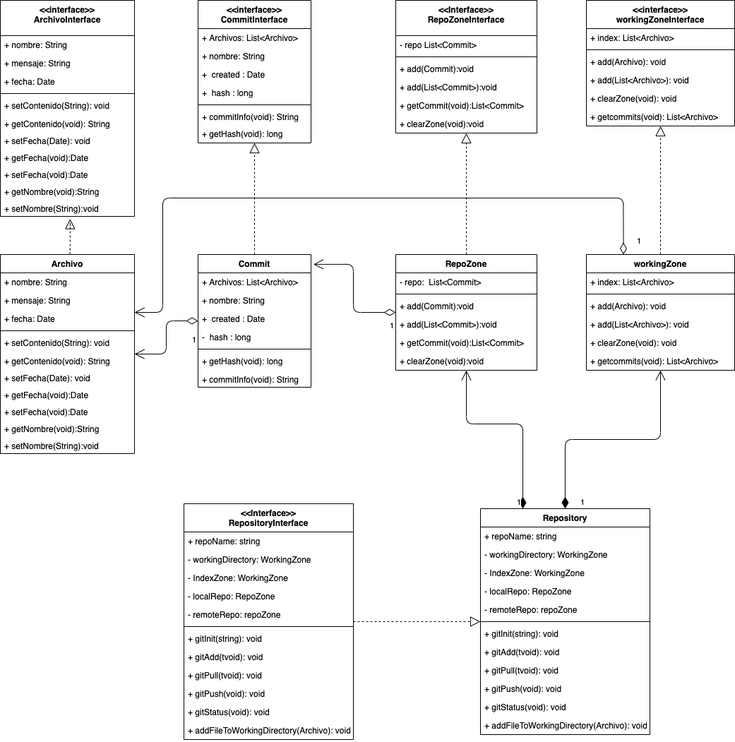
The draw.io diagram umlsolucion.png in RodrigoMardones/laboratorio3, before a commit. Source tidied: cells renumbered, new cells last; positions are measured from the earlier drawing's top-left corner, leaving out a move shared by most shapes.
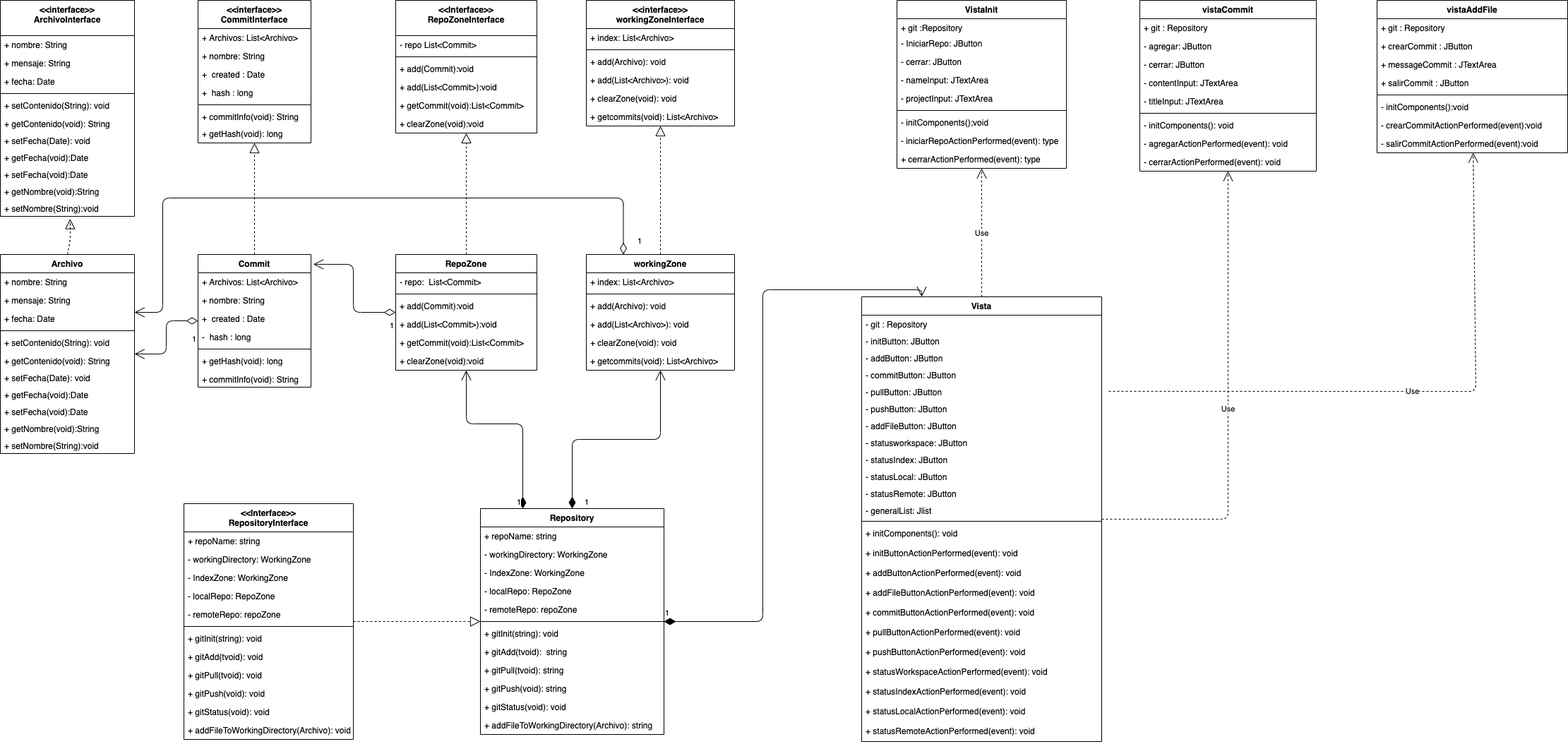
After the change.

Change to the diagram source:
```diff
@@ -224,43 +224,43 @@
       <mxGeometry y="152" width="210" height="26" as="geometry" />
     </mxCell>
     <mxCell id="74" value="Repository" style="swimlane;fontStyle=1;align=center;verticalAlign=top;horizontal=1;startSize=26;" parent="1" vertex="1">
-      <mxGeometry x="680" y="720" width="240" height="320" as="geometry" />
+      <mxGeometry x="680" y="720" width="260" height="320" as="geometry" />
     </mxCell>
     <mxCell id="75" value="+ repoName: string" style="text;strokeColor=none;fillColor=none;align=left;verticalAlign=top;spacingLeft=4;spacingRight=4;overflow=hidden;" parent="74" vertex="1">
-      <mxGeometry y="26" width="240" height="26" as="geometry" />
+      <mxGeometry y="26" width="260" height="26" as="geometry" />
     </mxCell>
     <mxCell id="76" value="- workingDirectory: WorkingZone&#10;" style="text;strokeColor=none;fillColor=none;align=left;verticalAlign=top;spacingLeft=4;spacingRight=4;overflow=hidden;" parent="74" vertex="1">
-      <mxGeometry y="52" width="240" height="26" as="geometry" />
+      <mxGeometry y="52" width="260" height="26" as="geometry" />
     </mxCell>
     <mxCell id="77" value="- IndexZone: WorkingZone" style="text;strokeColor=none;fillColor=none;align=left;verticalAlign=top;spacingLeft=4;spacingRight=4;overflow=hidden;" parent="74" vertex="1">
-      <mxGeometry y="78" width="240" height="26" as="geometry" />
+      <mxGeometry y="78" width="260" height="26" as="geometry" />
     </mxCell>
     <mxCell id="78" value="- localRepo: RepoZone&#10;" style="text;strokeColor=none;fillColor=none;align=left;verticalAlign=top;spacingLeft=4;spacingRight=4;overflow=hidden;" parent="74" vertex="1">
-      <mxGeometry y="104" width="240" height="26" as="geometry" />
+      <mxGeometry y="104" width="260" height="26" as="geometry" />
     </mxCell>
     <mxCell id="79" value="- remoteRepo: repoZone" style="text;strokeColor=none;fillColor=none;align=left;verticalAlign=top;spacingLeft=4;spacingRight=4;overflow=hidden;" parent="74" vertex="1">
-      <mxGeometry y="130" width="240" height="26" as="geometry" />
+      <mxGeometry y="130" width="260" height="26" as="geometry" />
     </mxCell>
     <mxCell id="80" style="line;strokeWidth=1;fillColor=none;align=left;verticalAlign=middle;spacingTop=-1;spacingLeft=3;spacingRight=3;labelPosition=right;" parent="74" vertex="1">
-      <mxGeometry y="156" width="240" height="8" as="geometry" />
+      <mxGeometry y="156" width="260" height="8" as="geometry" />
     </mxCell>
     <mxCell id="81" value="+ gitInit(string): void" style="text;strokeColor=none;fillColor=none;align=left;verticalAlign=top;spacingLeft=4;spacingRight=4;overflow=hidden;" parent="74" vertex="1">
-      <mxGeometry y="164" width="240" height="26" as="geometry" />
+      <mxGeometry y="164" width="260" height="26" as="geometry" />
     </mxCell>
-    <mxCell id="82" value="+ gitAdd(tvoid): void" style="text;strokeColor=none;fillColor=none;align=left;verticalAlign=top;spacingLeft=4;spacingRight=4;overflow=hidden;" parent="74" vertex="1">
-      <mxGeometry y="190" width="240" height="26" as="geometry" />
+    <mxCell id="82" value="+ gitAdd(tvoid):  string" style="text;strokeColor=none;fillColor=none;align=left;verticalAlign=top;spacingLeft=4;spacingRight=4;overflow=hidden;" parent="74" vertex="1">
+      <mxGeometry y="190" width="260" height="26" as="geometry" />
     </mxCell>
-    <mxCell id="83" value="+ gitPull(tvoid): void" style="text;strokeColor=none;fillColor=none;align=left;verticalAlign=top;spacingLeft=4;spacingRight=4;overflow=hidden;" parent="74" vertex="1">
-      <mxGeometry y="216" width="240" height="26" as="geometry" />
+    <mxCell id="83" value="+ gitPull(tvoid): string" style="text;strokeColor=none;fillColor=none;align=left;verticalAlign=top;spacingLeft=4;spacingRight=4;overflow=hidden;" parent="74" vertex="1">
+      <mxGeometry y="216" width="260" height="26" as="geometry" />
     </mxCell>
-    <mxCell id="84" value="+ gitPush(void): void" style="text;strokeColor=none;fillColor=none;align=left;verticalAlign=top;spacingLeft=4;spacingRight=4;overflow=hidden;" parent="74" vertex="1">
-      <mxGeometry y="242" width="240" height="26" as="geometry" />
+    <mxCell id="84" value="+ gitPush(void): string" style="text;strokeColor=none;fillColor=none;align=left;verticalAlign=top;spacingLeft=4;spacingRight=4;overflow=hidden;" parent="74" vertex="1">
+      <mxGeometry y="242" width="260" height="26" as="geometry" />
     </mxCell>
     <mxCell id="85" value="+ gitStatus(void): void" style="text;strokeColor=none;fillColor=none;align=left;verticalAlign=top;spacingLeft=4;spacingRight=4;overflow=hidden;" parent="74" vertex="1">
-      <mxGeometry y="268" width="240" height="26" as="geometry" />
+      <mxGeometry y="268" width="260" height="26" as="geometry" />
     </mxCell>
-    <mxCell id="86" value="+ addFileToWorkingDirectory(Archivo): void" style="text;strokeColor=none;fillColor=none;align=left;verticalAlign=top;spacingLeft=4;spacingRight=4;overflow=hidden;" parent="74" vertex="1">
-      <mxGeometry y="294" width="240" height="26" as="geometry" />
+    <mxCell id="86" value="+ addFileToWorkingDirectory(Archivo): string" style="text;strokeColor=none;fillColor=none;align=left;verticalAlign=top;spacingLeft=4;spacingRight=4;overflow=hidden;" parent="74" vertex="1">
+      <mxGeometry y="294" width="260" height="26" as="geometry" />
     </mxCell>
     <mxCell id="87" value="&lt;&lt;Interface&gt;&gt;&#10;RepositoryInterface" style="swimlane;fontStyle=1;align=center;verticalAlign=top;horizontal=1;startSize=40;" parent="1" vertex="1">
       <mxGeometry x="260" y="713" width="240" height="334" as="geometry" />
@@ -333,5 +333,188 @@
         </Array>
       </mxGeometry>
     </mxCell>
+    <mxCell id="106" value="Vista" style="swimlane;fontStyle=1;align=center;verticalAlign=top;horizontal=1;startSize=26;" parent="1" vertex="1">
+      <mxGeometry x="1220" y="420" width="340" height="630" as="geometry" />
+    </mxCell>
+    <mxCell id="107" value="- git : Repository" style="text;strokeColor=none;fillColor=none;align=left;verticalAlign=top;spacingLeft=4;spacingRight=4;overflow=hidden;" parent="106" vertex="1">
+      <mxGeometry y="26" width="340" height="24" as="geometry" />
+    </mxCell>
+    <mxCell id="108" value="- initButton: JButton" style="text;strokeColor=none;fillColor=none;align=left;verticalAlign=top;spacingLeft=4;spacingRight=4;overflow=hidden;" parent="106" vertex="1">
+      <mxGeometry y="50" width="340" height="24" as="geometry" />
+    </mxCell>
+    <mxCell id="109" value="- addButton: JButton" style="text;strokeColor=none;fillColor=none;align=left;verticalAlign=top;spacingLeft=4;spacingRight=4;overflow=hidden;" parent="106" vertex="1">
+      <mxGeometry y="74" width="340" height="24" as="geometry" />
+    </mxCell>
+    <mxCell id="110" value="- commitButton: JButton" style="text;strokeColor=none;fillColor=none;align=left;verticalAlign=top;spacingLeft=4;spacingRight=4;overflow=hidden;" parent="106" vertex="1">
+      <mxGeometry y="98" width="340" height="24" as="geometry" />
+    </mxCell>
+    <mxCell id="111" value="- pullButton: JButton" style="text;strokeColor=none;fillColor=none;align=left;verticalAlign=top;spacingLeft=4;spacingRight=4;overflow=hidden;" parent="106" vertex="1">
+      <mxGeometry y="122" width="340" height="24" as="geometry" />
+    </mxCell>
+    <mxCell id="112" value="- pushButton: JButton" style="text;strokeColor=none;fillColor=none;align=left;verticalAlign=top;spacingLeft=4;spacingRight=4;overflow=hidden;" parent="106" vertex="1">
+      <mxGeometry y="146" width="340" height="24" as="geometry" />
+    </mxCell>
+    <mxCell id="113" value="- addFileButton: JButton" style="text;strokeColor=none;fillColor=none;align=left;verticalAlign=top;spacingLeft=4;spacingRight=4;overflow=hidden;" parent="106" vertex="1">
+      <mxGeometry y="170" width="340" height="24" as="geometry" />
+    </mxCell>
+    <mxCell id="114" value="- statusworkspace: JButton" style="text;strokeColor=none;fillColor=none;align=left;verticalAlign=top;spacingLeft=4;spacingRight=4;overflow=hidden;" parent="106" vertex="1">
+      <mxGeometry y="194" width="340" height="24" as="geometry" />
+    </mxCell>
+    <mxCell id="115" value="- statusIndex: JButton" style="text;strokeColor=none;fillColor=none;align=left;verticalAlign=top;spacingLeft=4;spacingRight=4;overflow=hidden;" parent="106" vertex="1">
+      <mxGeometry y="218" width="340" height="24" as="geometry" />
+    </mxCell>
+    <mxCell id="116" value="- statusLocal: JButton" style="text;strokeColor=none;fillColor=none;align=left;verticalAlign=top;spacingLeft=4;spacingRight=4;overflow=hidden;" parent="106" vertex="1">
+      <mxGeometry y="242" width="340" height="24" as="geometry" />
+    </mxCell>
+    <mxCell id="117" value="- statusRemote: JButton" style="text;strokeColor=none;fillColor=none;align=left;verticalAlign=top;spacingLeft=4;spacingRight=4;overflow=hidden;" parent="106" vertex="1">
+      <mxGeometry y="266" width="340" height="24" as="geometry" />
+    </mxCell>
+    <mxCell id="118" value="- generalList: Jlist" style="text;strokeColor=none;fillColor=none;align=left;verticalAlign=top;spacingLeft=4;spacingRight=4;overflow=hidden;" parent="106" vertex="1">
+      <mxGeometry y="290" width="340" height="24" as="geometry" />
+    </mxCell>
+    <mxCell id="119" style="line;strokeWidth=1;fillColor=none;align=left;verticalAlign=middle;spacingTop=-1;spacingLeft=3;spacingRight=3;labelPosition=right;" parent="106" vertex="1">
+      <mxGeometry y="314" width="340" height="8" as="geometry" />
+    </mxCell>
+    <mxCell id="120" value="+ initComponents(): void" style="text;strokeColor=none;fillColor=none;align=left;verticalAlign=top;spacingLeft=4;spacingRight=4;overflow=hidden;" parent="106" vertex="1">
+      <mxGeometry y="322" width="340" height="28" as="geometry" />
+    </mxCell>
+    <mxCell id="121" value="+ initButtonActionPerformed(event): void" style="text;strokeColor=none;fillColor=none;align=left;verticalAlign=top;spacingLeft=4;spacingRight=4;overflow=hidden;" parent="106" vertex="1">
+      <mxGeometry y="350" width="340" height="28" as="geometry" />
+    </mxCell>
+    <mxCell id="122" value="+ addButtonActionPerformed(event): void" style="text;strokeColor=none;fillColor=none;align=left;verticalAlign=top;spacingLeft=4;spacingRight=4;overflow=hidden;" parent="106" vertex="1">
+      <mxGeometry y="378" width="340" height="28" as="geometry" />
+    </mxCell>
+    <mxCell id="123" value="+ addFileButtonActionPerformed(event): void" style="text;strokeColor=none;fillColor=none;align=left;verticalAlign=top;spacingLeft=4;spacingRight=4;overflow=hidden;" parent="106" vertex="1">
+      <mxGeometry y="406" width="340" height="28" as="geometry" />
+    </mxCell>
+    <mxCell id="124" value="+ commitButtonActionPerformed(event): void" style="text;strokeColor=none;fillColor=none;align=left;verticalAlign=top;spacingLeft=4;spacingRight=4;overflow=hidden;" parent="106" vertex="1">
+      <mxGeometry y="434" width="340" height="28" as="geometry" />
+    </mxCell>
+    <mxCell id="125" value="+ pullButtonActionPerformed(event): void" style="text;strokeColor=none;fillColor=none;align=left;verticalAlign=top;spacingLeft=4;spacingRight=4;overflow=hidden;" parent="106" vertex="1">
+      <mxGeometry y="462" width="340" height="28" as="geometry" />
+    </mxCell>
+    <mxCell id="126" value="+ pushButtonActionPerformed(event): void" style="text;strokeColor=none;fillColor=none;align=left;verticalAlign=top;spacingLeft=4;spacingRight=4;overflow=hidden;" parent="106" vertex="1">
+      <mxGeometry y="490" width="340" height="28" as="geometry" />
+    </mxCell>
+    <mxCell id="127" value="+ statusWorkspaceActionPerformed(event): void" style="text;strokeColor=none;fillColor=none;align=left;verticalAlign=top;spacingLeft=4;spacingRight=4;overflow=hidden;" parent="106" vertex="1">
+      <mxGeometry y="518" width="340" height="28" as="geometry" />
+    </mxCell>
+    <mxCell id="128" value="+ statusIndexActionPerformed(event): void" style="text;strokeColor=none;fillColor=none;align=left;verticalAlign=top;spacingLeft=4;spacingRight=4;overflow=hidden;" parent="106" vertex="1">
+      <mxGeometry y="546" width="340" height="28" as="geometry" />
+    </mxCell>
+    <mxCell id="129" value="+ statusLocalActionPerformed(event): void" style="text;strokeColor=none;fillColor=none;align=left;verticalAlign=top;spacingLeft=4;spacingRight=4;overflow=hidden;" parent="106" vertex="1">
+      <mxGeometry y="574" width="340" height="28" as="geometry" />
+    </mxCell>
+    <mxCell id="130" value="+ statusRemoteActionPerformed(event): void" style="text;strokeColor=none;fillColor=none;align=left;verticalAlign=top;spacingLeft=4;spacingRight=4;overflow=hidden;" parent="106" vertex="1">
+      <mxGeometry y="602" width="340" height="28" as="geometry" />
+    </mxCell>
+    <mxCell id="131" value="Use" style="endArrow=open;endSize=12;dashed=1;html=1;" parent="1" edge="1" source="106" target="144">
+      <mxGeometry relative="1" as="geometry">
+        <Array as="points">
+          <mxPoint x="1739" y="735" />
+        </Array>
+      </mxGeometry>
+    </mxCell>
+    <mxCell id="132" value="Use" style="endArrow=open;endSize=12;dashed=1;html=1;" parent="1" edge="1" target="154">
+      <mxGeometry relative="1" as="geometry">
+        <mxPoint x="1570" y="553.9" as="sourcePoint" />
+        <Array as="points">
+          <mxPoint x="2090" y="554" />
+        </Array>
+      </mxGeometry>
+    </mxCell>
+    <mxCell id="133" value="Use" style="endArrow=open;endSize=12;dashed=1;html=1;" parent="1" edge="1" source="106" target="134">
+      <mxGeometry relative="1" as="geometry" />
+    </mxCell>
+    <mxCell id="134" value="VistaInit" style="swimlane;fontStyle=1;align=center;verticalAlign=top;horizontal=1;startSize=26;" parent="1" vertex="1">
+      <mxGeometry x="1270" width="240" height="238" as="geometry" />
+    </mxCell>
+    <mxCell id="135" value="+ git :Repository" style="text;strokeColor=none;fillColor=none;align=left;verticalAlign=top;spacingLeft=4;spacingRight=4;overflow=hidden;" parent="134" vertex="1">
+      <mxGeometry y="26" width="240" height="22" as="geometry" />
+    </mxCell>
+    <mxCell id="136" value="- IniciarRepo: JButton" style="text;strokeColor=none;fillColor=none;align=left;verticalAlign=top;spacingLeft=4;spacingRight=4;overflow=hidden;" parent="134" vertex="1">
+      <mxGeometry y="48" width="240" height="26" as="geometry" />
+    </mxCell>
+    <mxCell id="137" value="- cerrar: JButton" style="text;strokeColor=none;fillColor=none;align=left;verticalAlign=top;spacingLeft=4;spacingRight=4;overflow=hidden;" parent="134" vertex="1">
+      <mxGeometry y="74" width="240" height="26" as="geometry" />
+    </mxCell>
+    <mxCell id="138" value="- nameInput: JTextArea" style="text;strokeColor=none;fillColor=none;align=left;verticalAlign=top;spacingLeft=4;spacingRight=4;overflow=hidden;" parent="134" vertex="1">
+      <mxGeometry y="100" width="240" height="26" as="geometry" />
+    </mxCell>
+    <mxCell id="139" value="- projectInput: JTextArea" style="text;strokeColor=none;fillColor=none;align=left;verticalAlign=top;spacingLeft=4;spacingRight=4;overflow=hidden;" parent="134" vertex="1">
+      <mxGeometry y="126" width="240" height="26" as="geometry" />
+    </mxCell>
+    <mxCell id="140" style="line;strokeWidth=1;fillColor=none;align=left;verticalAlign=middle;spacingTop=-1;spacingLeft=3;spacingRight=3;labelPosition=right;" parent="134" vertex="1">
+      <mxGeometry y="152" width="240" height="8" as="geometry" />
+    </mxCell>
+    <mxCell id="141" value="- initComponents();void" style="text;strokeColor=none;fillColor=none;align=left;verticalAlign=top;spacingLeft=4;spacingRight=4;overflow=hidden;" parent="134" vertex="1">
+      <mxGeometry y="160" width="240" height="26" as="geometry" />
+    </mxCell>
+    <mxCell id="142" value="- iniciarRepoActionPerformed(event): type" style="text;strokeColor=none;fillColor=none;align=left;verticalAlign=top;spacingLeft=4;spacingRight=4;overflow=hidden;" parent="134" vertex="1">
+      <mxGeometry y="186" width="240" height="26" as="geometry" />
+    </mxCell>
+    <mxCell id="143" value="+ cerrarActionPerformed(event): type" style="text;strokeColor=none;fillColor=none;align=left;verticalAlign=top;spacingLeft=4;spacingRight=4;overflow=hidden;" parent="134" vertex="1">
+      <mxGeometry y="212" width="240" height="26" as="geometry" />
+    </mxCell>
+    <mxCell id="144" value="vistaCommit" style="swimlane;fontStyle=1;align=center;verticalAlign=top;horizontal=1;startSize=26;" parent="1" vertex="1">
+      <mxGeometry x="1614" width="250" height="242" as="geometry" />
+    </mxCell>
+    <mxCell id="145" value="+ git : Repository" style="text;strokeColor=none;fillColor=none;align=left;verticalAlign=top;spacingLeft=4;spacingRight=4;overflow=hidden;" parent="144" vertex="1">
+      <mxGeometry y="26" width="250" height="26" as="geometry" />
+    </mxCell>
+    <mxCell id="146" value="- agregar: JButton" style="text;strokeColor=none;fillColor=none;align=left;verticalAlign=top;spacingLeft=4;spacingRight=4;overflow=hidden;" parent="144" vertex="1">
+      <mxGeometry y="52" width="250" height="26" as="geometry" />
+    </mxCell>
+    <mxCell id="147" value="- cerrar: JButton" style="text;strokeColor=none;fillColor=none;align=left;verticalAlign=top;spacingLeft=4;spacingRight=4;overflow=hidden;" parent="144" vertex="1">
+      <mxGeometry y="78" width="250" height="26" as="geometry" />
+    </mxCell>
+    <mxCell id="148" value="- contentInput: JTextArea" style="text;strokeColor=none;fillColor=none;align=left;verticalAlign=top;spacingLeft=4;spacingRight=4;overflow=hidden;" parent="144" vertex="1">
+      <mxGeometry y="104" width="250" height="26" as="geometry" />
+    </mxCell>
+    <mxCell id="149" value="- titleInput: JTextArea" style="text;strokeColor=none;fillColor=none;align=left;verticalAlign=top;spacingLeft=4;spacingRight=4;overflow=hidden;" parent="144" vertex="1">
+      <mxGeometry y="130" width="250" height="26" as="geometry" />
+    </mxCell>
+    <mxCell id="150" style="line;strokeWidth=1;fillColor=none;align=left;verticalAlign=middle;spacingTop=-1;spacingLeft=3;spacingRight=3;labelPosition=right;" parent="144" vertex="1">
+      <mxGeometry y="156" width="250" height="8" as="geometry" />
+    </mxCell>
+    <mxCell id="151" value="- initComponents(): void" style="text;strokeColor=none;fillColor=none;align=left;verticalAlign=top;spacingLeft=4;spacingRight=4;overflow=hidden;" parent="144" vertex="1">
+      <mxGeometry y="164" width="250" height="26" as="geometry" />
+    </mxCell>
+    <mxCell id="152" value="- agregarActionPerformed(event): void" style="text;strokeColor=none;fillColor=none;align=left;verticalAlign=top;spacingLeft=4;spacingRight=4;overflow=hidden;" parent="144" vertex="1">
+      <mxGeometry y="190" width="250" height="26" as="geometry" />
+    </mxCell>
+    <mxCell id="153" value="- cerrarActionPerformed(event): void" style="text;strokeColor=none;fillColor=none;align=left;verticalAlign=top;spacingLeft=4;spacingRight=4;overflow=hidden;" parent="144" vertex="1">
+      <mxGeometry y="216" width="250" height="26" as="geometry" />
+    </mxCell>
+    <mxCell id="154" value="vistaAddFile" style="swimlane;fontStyle=1;align=center;verticalAlign=top;horizontal=1;startSize=26;" parent="1" vertex="1">
+      <mxGeometry x="1950" width="270" height="216" as="geometry" />
+    </mxCell>
+    <mxCell id="155" value="+ git : Repository" style="text;strokeColor=none;fillColor=none;align=left;verticalAlign=top;spacingLeft=4;spacingRight=4;overflow=hidden;" parent="154" vertex="1">
+      <mxGeometry y="26" width="270" height="26" as="geometry" />
+    </mxCell>
+    <mxCell id="156" value="+ crearCommit : JButton" style="text;strokeColor=none;fillColor=none;align=left;verticalAlign=top;spacingLeft=4;spacingRight=4;overflow=hidden;" parent="154" vertex="1">
+      <mxGeometry y="52" width="270" height="26" as="geometry" />
+    </mxCell>
+    <mxCell id="157" value="+ messageCommit : JTextArea" style="text;strokeColor=none;fillColor=none;align=left;verticalAlign=top;spacingLeft=4;spacingRight=4;overflow=hidden;" parent="154" vertex="1">
+      <mxGeometry y="78" width="270" height="26" as="geometry" />
+    </mxCell>
+    <mxCell id="158" value="+ salirCommit : JButton" style="text;strokeColor=none;fillColor=none;align=left;verticalAlign=top;spacingLeft=4;spacingRight=4;overflow=hidden;" parent="154" vertex="1">
+      <mxGeometry y="104" width="270" height="26" as="geometry" />
+    </mxCell>
+    <mxCell id="159" style="line;strokeWidth=1;fillColor=none;align=left;verticalAlign=middle;spacingTop=-1;spacingLeft=3;spacingRight=3;labelPosition=right;" parent="154" vertex="1">
+      <mxGeometry y="130" width="270" height="8" as="geometry" />
+    </mxCell>
+    <mxCell id="160" value="- initComponents():void" style="text;strokeColor=none;fillColor=none;align=left;verticalAlign=top;spacingLeft=4;spacingRight=4;overflow=hidden;" parent="154" vertex="1">
+      <mxGeometry y="138" width="270" height="26" as="geometry" />
+    </mxCell>
+    <mxCell id="161" value="- crearCommitActionPerformed(event):void" style="text;strokeColor=none;fillColor=none;align=left;verticalAlign=top;spacingLeft=4;spacingRight=4;overflow=hidden;" parent="154" vertex="1">
+      <mxGeometry y="164" width="270" height="26" as="geometry" />
+    </mxCell>
+    <mxCell id="162" value="- salirCommitActionPerformed(event):void" style="text;strokeColor=none;fillColor=none;align=left;verticalAlign=top;spacingLeft=4;spacingRight=4;overflow=hidden;" parent="154" vertex="1">
+      <mxGeometry y="190" width="270" height="26" as="geometry" />
+    </mxCell>
+    <mxCell id="163" value="1" style="endArrow=open;html=1;endSize=12;startArrow=diamondThin;startSize=14;startFill=1;edgeStyle=orthogonalEdgeStyle;align=left;verticalAlign=bottom;entryX=0.25;entryY=0;entryDx=0;entryDy=0;" parent="1" edge="1" source="74" target="106">
+      <mxGeometry x="-1" y="3" relative="1" as="geometry" />
+    </mxCell>
   </root>
 </mxGraphModel>
```
